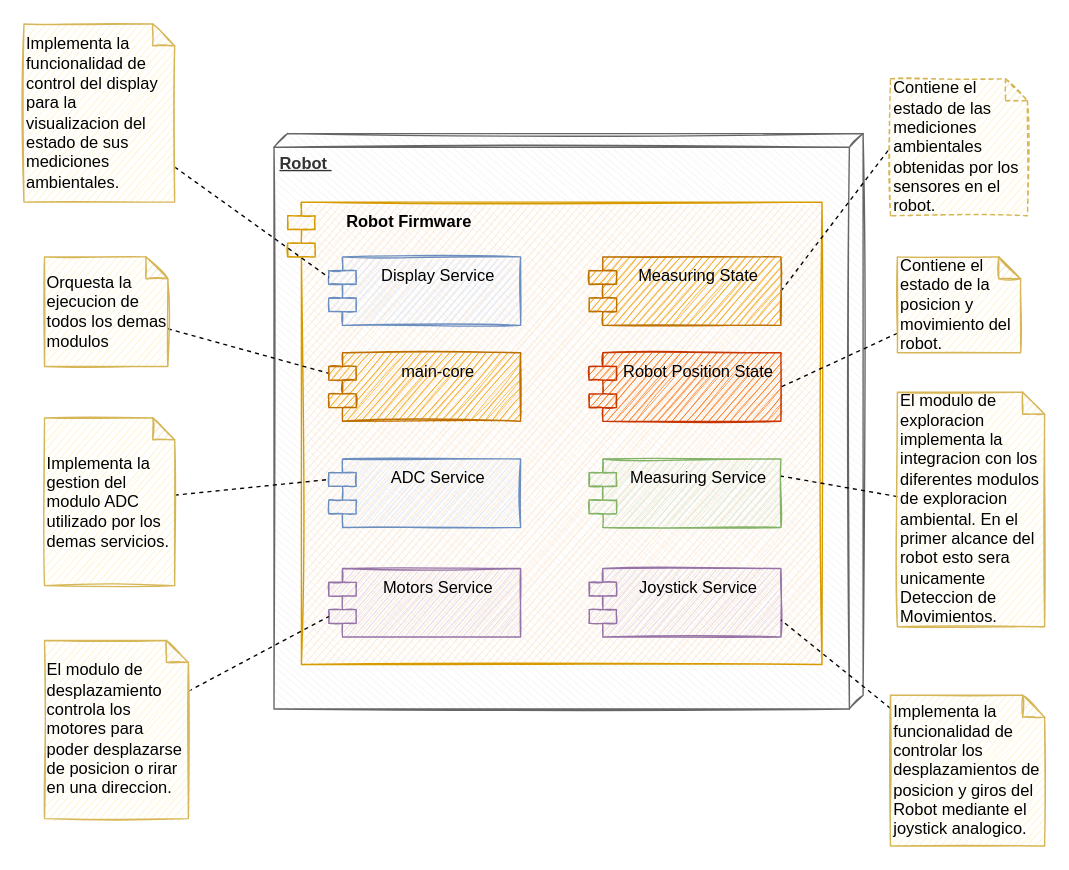
kronleuchter85/cese_proyecto_final keeps this draw.io diagram as page "Arquitectura General v1" (4 of 12) of docs/ProyectoFinal.drawio. Above is the earlier version. Source tidied: cells renumbered, new cells numbered last; positions are measured from the earlier drawing's top-left corner, leaving out a move shared by most shapes. Both pictures are drawn from the tidied source at 137%, with x=0, y=0 at pixel (23, 23).
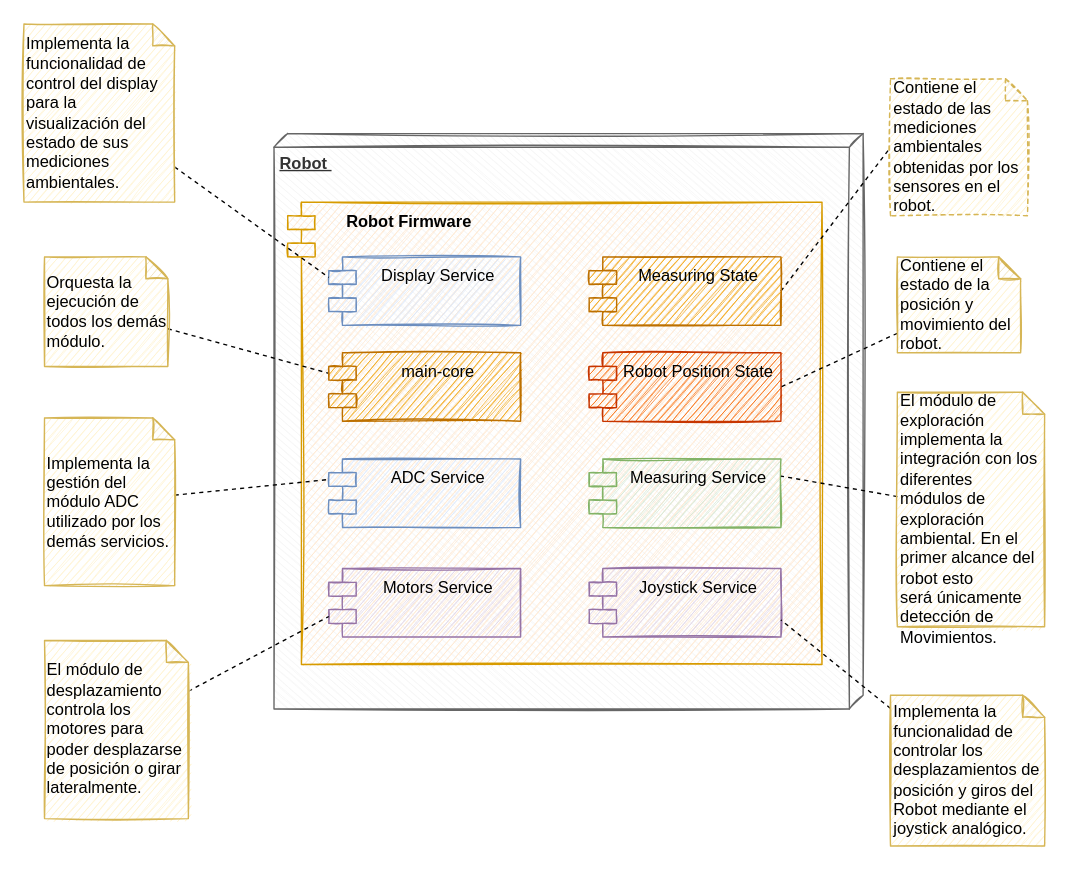
The same page after the edit.

The edit, as a diff of the source:
```diff
@@
-    <mxCell id="8" value="El modulo de desplazamiento controla los motores para poder desplazarse de posicion o rirar en una direccion." style="shape=note;whiteSpace=wrap;html=1;backgroundOutline=1;darkOpacity=0.05;sketch=1;size=16;align=left;fillColor=#fff2cc;strokeColor=#d6b656;" parent="1" vertex="1">
+    <mxCell id="8" value="El módulo de desplazamiento controla los motores para poder desplazarse de posición o girar lateralmente." style="shape=note;whiteSpace=wrap;html=1;backgroundOutline=1;darkOpacity=0.05;sketch=1;size=16;align=left;fillColor=#fff2cc;strokeColor=#d6b656;" parent="1" vertex="1">
       <mxGeometry x="15" y="450" width="105" height="130" as="geometry" />
     </mxCell>
@@
-    <mxCell id="10" value="Implementa la gestion del modulo ADC utilizado por los demas servicios." style="shape=note;whiteSpace=wrap;html=1;backgroundOutline=1;darkOpacity=0.05;sketch=1;size=16;align=left;fillColor=#fff2cc;strokeColor=#d6b656;" parent="1" vertex="1">
+    <mxCell id="10" value="Implementa la gestión del módulo ADC utilizado por los demás servicios." style="shape=note;whiteSpace=wrap;html=1;backgroundOutline=1;darkOpacity=0.05;sketch=1;size=16;align=left;fillColor=#fff2cc;strokeColor=#d6b656;" parent="1" vertex="1">
       <mxGeometry x="15" y="287.5" width="95" height="122.5" as="geometry" />
     </mxCell>
@@
-    <mxCell id="12" value="El modulo de exploracion implementa la integracion con los diferentes modulos de exploracion ambiental. En el primer alcance del robot esto sera unicamente Deteccion de Movimientos.&amp;nbsp;&amp;nbsp;" style="shape=note;whiteSpace=wrap;html=1;backgroundOutline=1;darkOpacity=0.05;sketch=1;size=16;align=left;fillColor=#fff2cc;strokeColor=#d6b656;" parent="1" vertex="1">
+    <mxCell id="12" value="&lt;br&gt;El&amp;nbsp;módulo de exploración implementa la integración con los diferentes&lt;br&gt;módulos de exploración ambiental. En el primer alcance del robot esto&lt;br&gt;será únicamente detección de Movimientos.&amp;nbsp;&amp;nbsp;" style="shape=note;whiteSpace=wrap;html=1;backgroundOutline=1;darkOpacity=0.05;sketch=1;size=16;align=left;fillColor=#fff2cc;strokeColor=#d6b656;" parent="1" vertex="1">
       <mxGeometry x="637.5" y="268.8" width="107.5" height="171.2" as="geometry" />
     </mxCell>
@@
-    <mxCell id="17" value="Implementa la funcionalidad de controlar los desplazamientos de posicion y giros del Robot mediante el joystick analogico." style="shape=note;whiteSpace=wrap;html=1;backgroundOutline=1;darkOpacity=0.05;sketch=1;size=16;align=left;fillColor=#fff2cc;strokeColor=#d6b656;" parent="1" vertex="1">
+    <mxCell id="17" value="Implementa la funcionalidad de controlar los desplazamientos de posición y giros del Robot mediante el joystick analógico." style="shape=note;whiteSpace=wrap;html=1;backgroundOutline=1;darkOpacity=0.05;sketch=1;size=16;align=left;fillColor=#fff2cc;strokeColor=#d6b656;" parent="1" vertex="1">
       <mxGeometry x="632.5" y="490" width="112.5" height="110" as="geometry" />
     </mxCell>
@@
-    <mxCell id="19" value="Implementa la funcionalidad de control del display para la visualizacion del estado de sus mediciones ambientales." style="shape=note;whiteSpace=wrap;html=1;backgroundOutline=1;darkOpacity=0.05;sketch=1;size=16;align=left;fillColor=#fff2cc;strokeColor=#d6b656;" parent="1" vertex="1">
+    <mxCell id="19" value="Implementa la funcionalidad de control del display para la visualización del estado de sus mediciones ambientales." style="shape=note;whiteSpace=wrap;html=1;backgroundOutline=1;darkOpacity=0.05;sketch=1;size=16;align=left;fillColor=#fff2cc;strokeColor=#d6b656;" parent="1" vertex="1">
       <mxGeometry width="110" height="130" as="geometry" />
     </mxCell>
@@
-    <mxCell id="22" value="Orquesta la ejecucion de todos los demas modulos" style="shape=note;whiteSpace=wrap;html=1;backgroundOutline=1;darkOpacity=0.05;sketch=1;size=16;align=left;fillColor=#fff2cc;strokeColor=#d6b656;" parent="1" vertex="1">
+    <mxCell id="22" value="Orquesta la ejecución de todos los demás módulo." style="shape=note;whiteSpace=wrap;html=1;backgroundOutline=1;darkOpacity=0.05;sketch=1;size=16;align=left;fillColor=#fff2cc;strokeColor=#d6b656;" parent="1" vertex="1">
       <mxGeometry x="15" y="170" width="90" height="80" as="geometry" />
     </mxCell>
@@
-    <mxCell id="25" value="Contiene el estado de la posicion y movimiento del robot.&amp;nbsp;" style="shape=note;whiteSpace=wrap;html=1;backgroundOutline=1;darkOpacity=0.05;sketch=1;size=16;align=left;fillColor=#fff2cc;strokeColor=#d6b656;" parent="1" vertex="1">
+    <mxCell id="25" value="Contiene el estado de la posición y movimiento del robot.&amp;nbsp;" style="shape=note;whiteSpace=wrap;html=1;backgroundOutline=1;darkOpacity=0.05;sketch=1;size=16;align=left;fillColor=#fff2cc;strokeColor=#d6b656;" parent="1" vertex="1">
       <mxGeometry x="637.5" y="170" width="90" height="70" as="geometry" />
     </mxCell>
```
